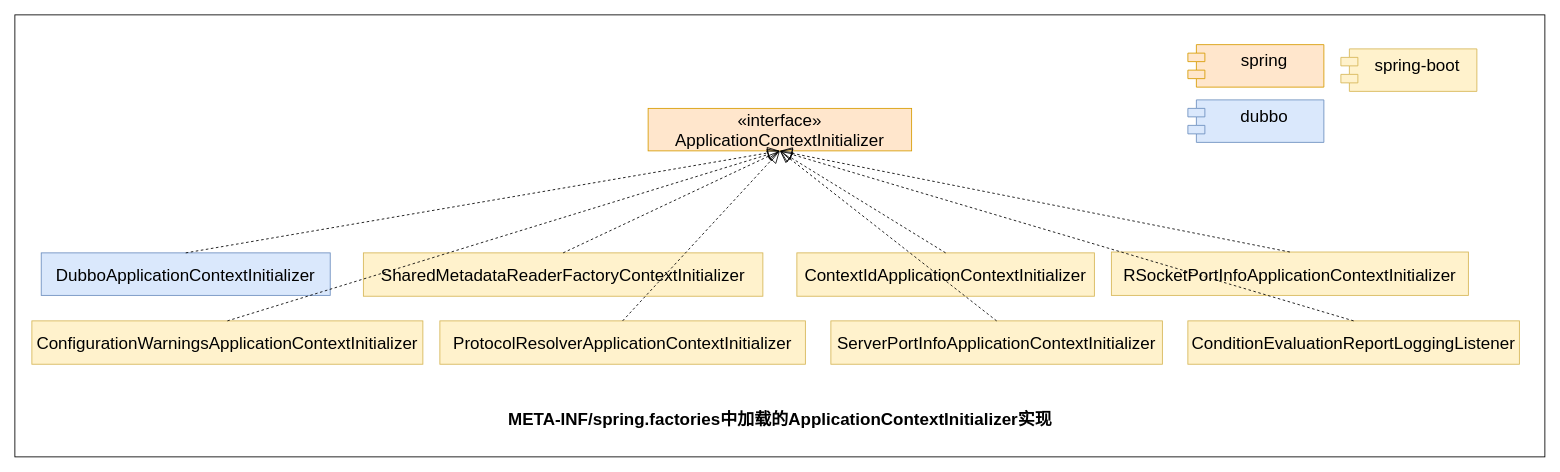
Earlier version of the draw.io diagram dubbo-learning-doc/drawio/源码分析/1_SpringApplication_run方法/资源加载/1_META-INF_spring_factories_ApplicationContextInitializer.drawio (czwer/dubbo-learning). Source tidied: cells renumbered, new cells numbered last; positions are measured from the earlier drawing's top-left corner, leaving out a move shared by most shapes. Both pictures are drawn from the tidied source at 85%, with x=0, y=0 at pixel (14, 14).
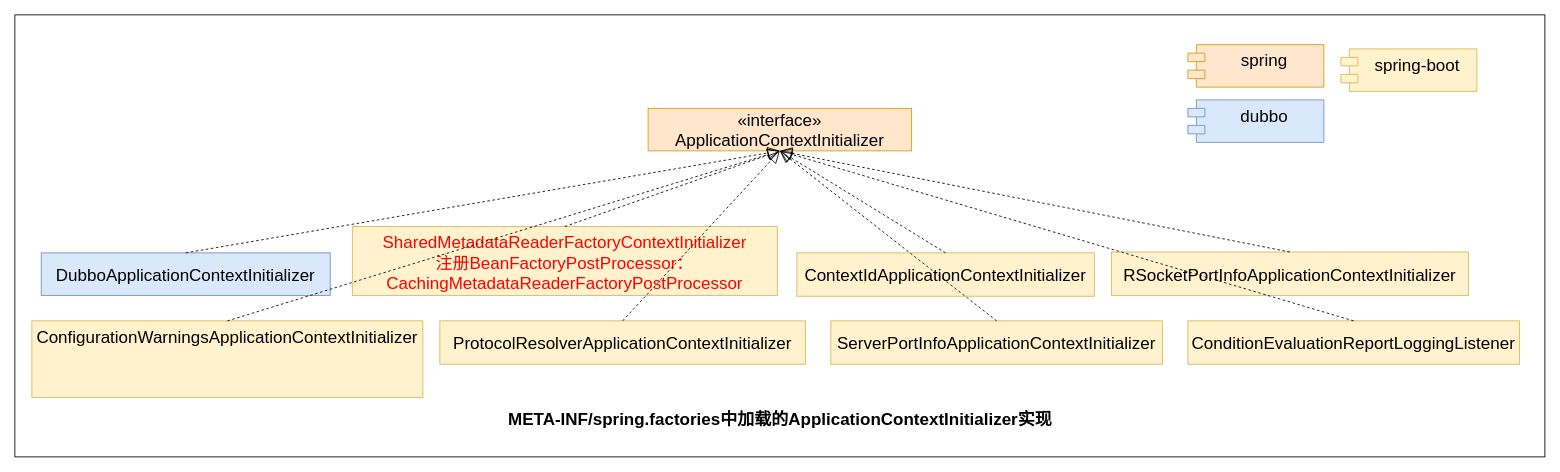
Above is the later version.

Change to the diagram source:
```diff
@@
-    <mxCell id="3" value="&lt;div&gt;SharedMetadataReaderFactoryContextInitializer&lt;/div&gt;" style="html=1;whiteSpace=wrap;fontSize=20;verticalAlign=middle;align=center;fillColor=#fff2cc;strokeColor=#d6b656;" parent="1" vertex="1">
-      <mxGeometry x="410" y="280" width="470" height="51" as="geometry" />
+    <mxCell id="3" value="&lt;div&gt;SharedMetadataReaderFactoryContextInitializer&lt;/div&gt;&lt;div&gt;注册BeanFactoryPostProcessor：CachingMetadataReaderFactoryPostProcessor&lt;/div&gt;" style="html=1;whiteSpace=wrap;fontSize=20;verticalAlign=top;align=center;fillColor=#fff2cc;strokeColor=#d6b656;fontColor=#FF0000;" parent="1" vertex="1">
+      <mxGeometry x="397" y="249" width="500" height="81" as="geometry" />
     </mxCell>
@@
-    <mxCell id="10" value="&lt;div&gt;ConfigurationWarningsApplicationContextInitializer&lt;/div&gt;" style="html=1;whiteSpace=wrap;fontSize=20;verticalAlign=middle;align=center;fillColor=#fff2cc;strokeColor=#d6b656;" parent="1" vertex="1">
-      <mxGeometry x="20" y="360" width="460" height="51" as="geometry" />
+    <mxCell id="10" value="&lt;div&gt;ConfigurationWarningsApplicationContextInitializer&lt;/div&gt;" style="html=1;whiteSpace=wrap;fontSize=20;verticalAlign=top;align=center;fillColor=#fff2cc;strokeColor=#d6b656;" parent="1" vertex="1">
+      <mxGeometry x="20" y="360" width="460" height="90" as="geometry" />
     </mxCell>
```
